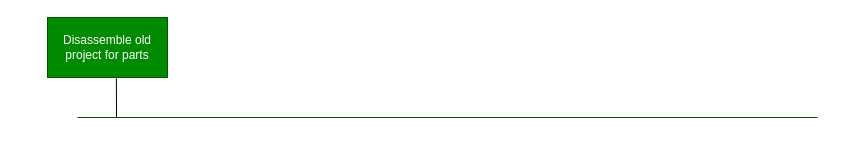
This is project_timeline.drawio from DavidPurdy1/BeagleBoneWaterTurret, a draw.io file, before an edit. Source tidied: cells renumbered, new cells numbered last; positions are measured from the earlier drawing's top-left corner, leaving out a move shared by most shapes. Both pictures are drawn from the tidied source at 100%, with x=0, y=0 at pixel (47, 17).
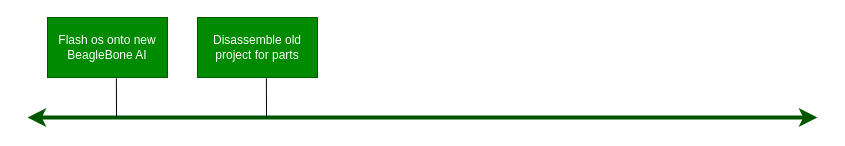
Above is the later version.

What changed in the source:
```diff
@@
 <mxGraphModel>
   <root>
     <mxCell id="0" />
     <mxCell id="1" parent="0" />
-    <mxCell id="2" value="Disassemble old project for parts" style="rounded=0;whiteSpace=wrap;html=1;fillColor=#008a00;fontColor=#ffffff;strokeColor=#005700;" parent="1" vertex="1">
+    <mxCell id="2" value="Flash os onto new BeagleBone AI" style="rounded=0;whiteSpace=wrap;html=1;fillColor=#008a00;fontColor=#ffffff;strokeColor=#005700;" parent="1" vertex="1">
       <mxGeometry width="120" height="60" as="geometry" />
     </mxCell>
-    <mxCell id="3" style="endArrow=none;html=1;fillColor=#008a00;strokeColor=#005700;" parent="1" edge="1">
+    <mxCell id="3" style="endArrow=classic;html=1;fillColor=#008a00;strokeColor=#005700;strokeWidth=4;startArrow=classic;startFill=1;endFill=1;" parent="1" edge="1">
       <mxGeometry relative="1" as="geometry">
-        <mxPoint x="30" y="100" as="sourcePoint" />
+        <mxPoint x="-20" y="100" as="sourcePoint" />
         <mxPoint x="770" y="100" as="targetPoint" />
       </mxGeometry>
     </mxCell>
     <mxCell id="4" style="endArrow=none;html=1;entryX=0.574;entryY=1.013;entryDx=0;entryDy=0;entryPerimeter=0;" parent="1" edge="1" target="2">
       <mxGeometry relative="1" as="geometry">
         <mxPoint x="69" y="100" as="sourcePoint" />
       </mxGeometry>
     </mxCell>
+    <mxCell id="5" value="Disassemble old project for parts" style="rounded=0;whiteSpace=wrap;html=1;fillColor=#008a00;fontColor=#ffffff;strokeColor=#005700;" parent="1" vertex="1">
+      <mxGeometry x="150" width="120" height="60" as="geometry" />
+    </mxCell>
+    <mxCell id="6" style="endArrow=none;html=1;entryX=0.574;entryY=1.013;entryDx=0;entryDy=0;entryPerimeter=0;" parent="1" edge="1" target="5">
+      <mxGeometry relative="1" as="geometry">
+        <mxPoint x="219" y="100" as="sourcePoint" />
+      </mxGeometry>
+    </mxCell>
   </root>
 </mxGraphModel>
```
